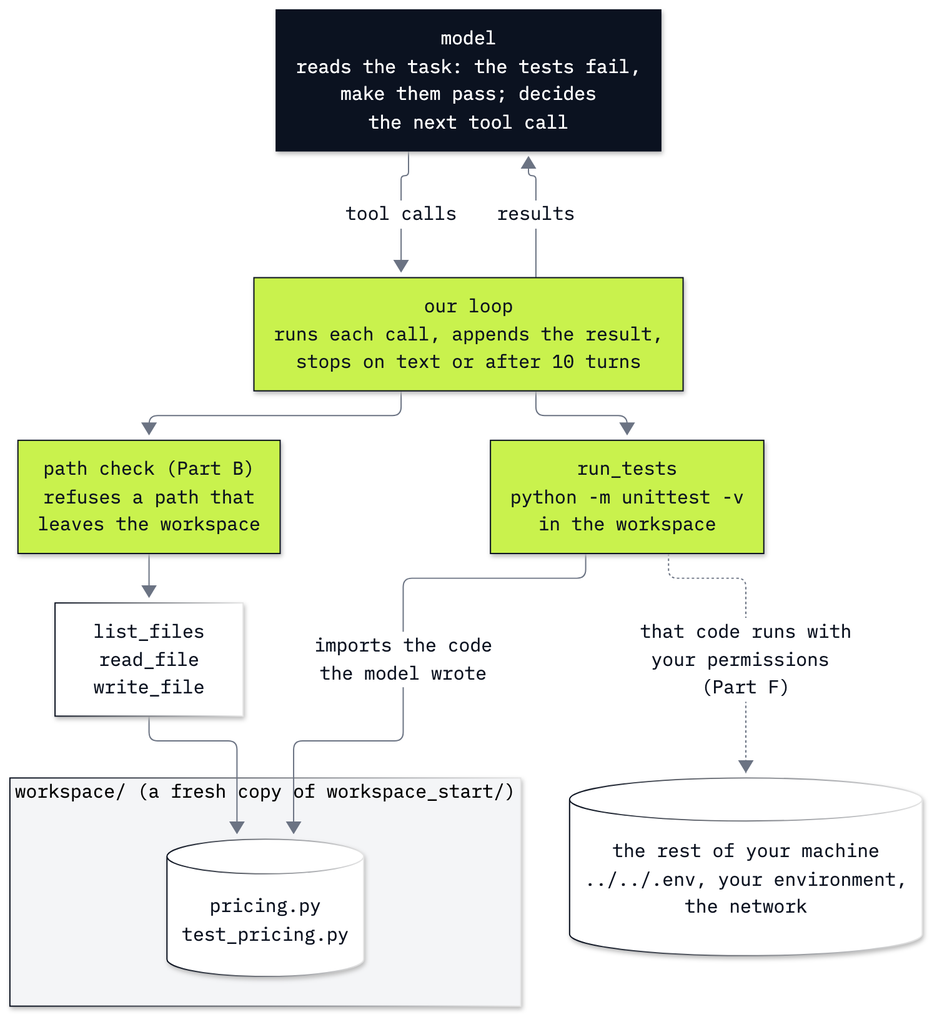
This is 16_Coding_Agent/resources/lab16_coding_agent.png from tatwan/ai_agents_course, a Mermaid export, as it was before one commit. Its source is kept beside it as 16_Coding_Agent/resources/lab16_coding_agent.mmd.
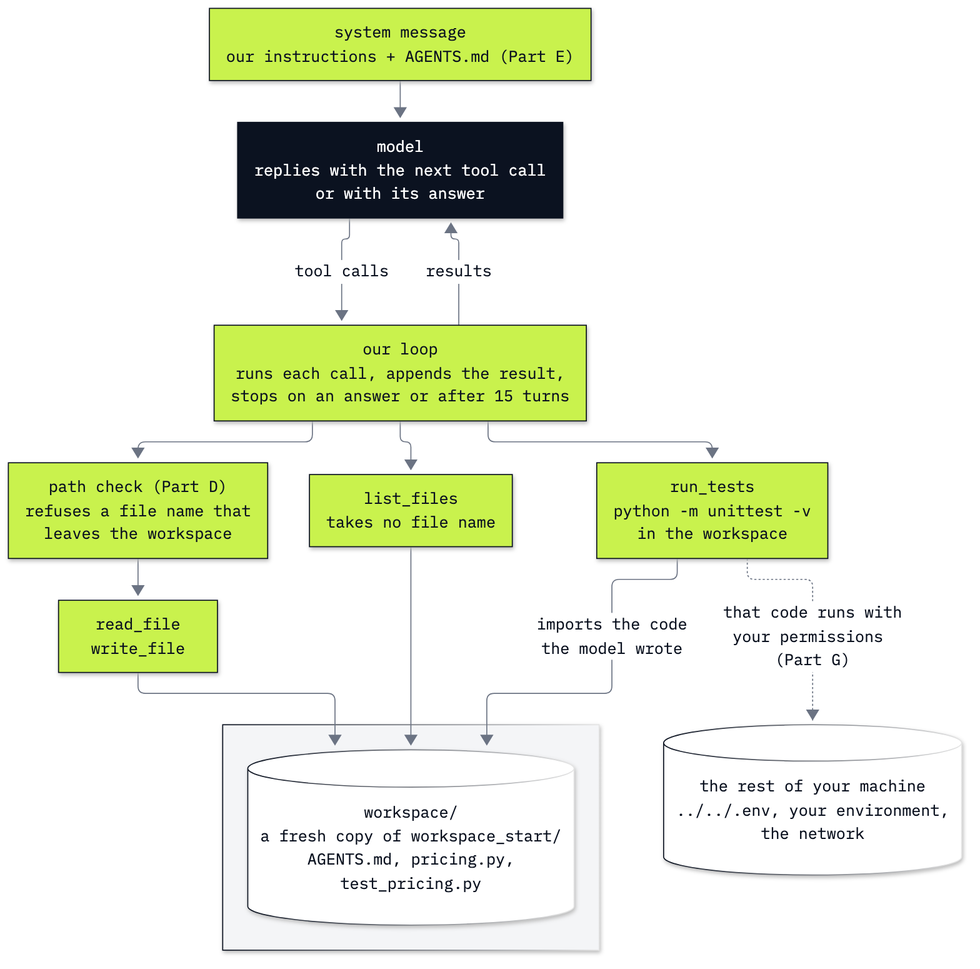
The same diagram one commit later.

Commit message:
Lab 16: revise the coding agent lab

The edit, as a diff of the source:
```diff
@@ -1,20 +1,24 @@
 %%{init: {"theme": "base", "flowchart": {"curve": "basis", "nodeSpacing": 30, "rankSpacing": 40, "wrappingWidth": 400}, "themeVariables": {"fontFamily": "IBM Plex Mono, monospace", "fontSize": "15px", "primaryColor": "#FFFFFF", "primaryBorderColor": "#0B1220", "primaryTextColor": "#0B1220", "lineColor": "#6B7383", "clusterBkg": "#F4F5F7", "clusterBorder": "#6B7383"}}}%%
 flowchart TB
-    model["model<br/>reads the task: the tests fail,<br/>make them pass; decides<br/>the next tool call"]
-    loop["our loop<br/>runs each call, appends the result,<br/>stops on text or after 10 turns"]
-    check["path check (Part B)<br/>refuses a path that<br/>leaves the workspace"]
-    files["list_files<br/>read_file<br/>write_file"]
+    system["system message<br/>our instructions + AGENTS.md (Part E)"]
+    model["model<br/>replies with the next tool call<br/>or with its answer"]
+    loop["our loop<br/>runs each call, appends the result,<br/>stops on an answer or after 15 turns"]
+    check["path check (Part D)<br/>refuses a file name that<br/>leaves the workspace"]
+    files["read_file<br/>write_file"]
+    listing["list_files<br/>takes no file name"]
     tests["run_tests<br/>python -m unittest -v<br/>in the workspace"]
-    subgraph WS["workspace/ (a fresh copy of workspace_start/)"]
-        disk[("pricing.py<br/>test_pricing.py")]
+    subgraph WS[" "]
+        disk[("workspace/<br/>a fresh copy of workspace_start/<br/>AGENTS.md, pricing.py,<br/>test_pricing.py")]
     end
     outside[("the rest of your machine<br/>../../.env, your environment,<br/>the network")]
+    system --> model
     model -->|tool calls| loop
     loop -->|results| model
     loop --> check --> files --> disk
+    loop --> listing --> disk
     loop --> tests -->|imports the code<br/>the model wrote| disk
-    tests -.->|"that code runs with<br/>your permissions (Part F)"| outside
+    tests -.->|"that code runs with<br/>your permissions (Part G)"| outside
     classDef model fill:#0B1220,color:#FFFFFF,stroke:#0B1220
     classDef code fill:#C9F24D,color:#0B1220,stroke:#0B1220
     class model model
-    class loop,check,tests code
+    class system,loop,check,files,listing,tests code
```
